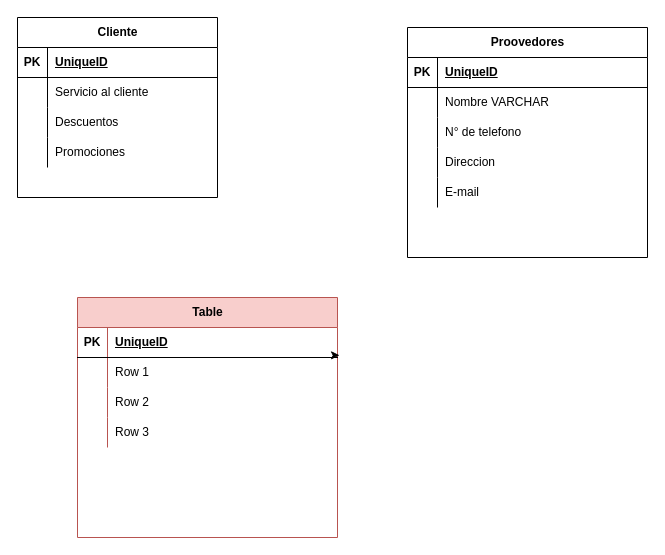
Above: page "Página-2" (2 of 2) of Diagrama/DIAGRAMA.drawio in Kim-Mendoza3/fdb-Kimberly-Mendoza (draw.io), before the change. Source tidied: cells renumbered, new cells numbered last; positions are measured from the earlier drawing's top-left corner, leaving out a move shared by most shapes. Both pictures are drawn from the tidied source at 100%, with x=0, y=0 at pixel (17, 17).
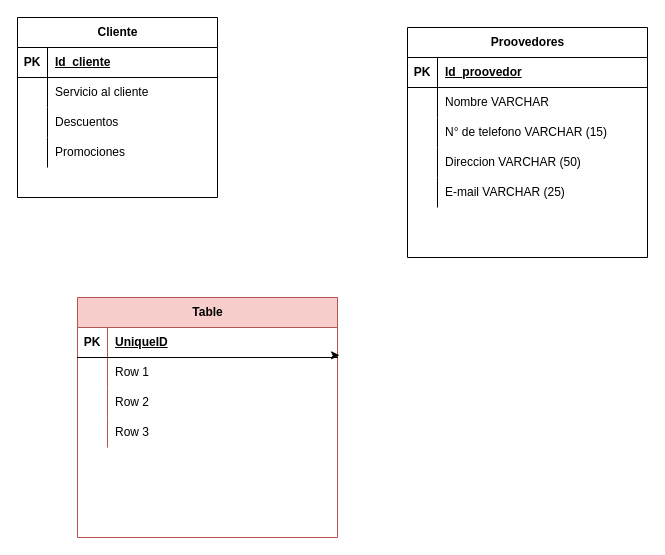
The same diagram, later.

Commit message (it also covers changes not shown here):
Creacion sql

creacion de database

Unchanged cells that the change refers to:
```xml
<mxCell id="3" style="shape=tableRow;horizontal=0;startSize=0;swimlaneHead=0;swimlaneBody=0;fillColor=none;top=0;left=0;right=0;bottom=1;" parent="2" vertex="1">
  <mxGeometry y="30" width="200" height="30" as="geometry" />
</mxCell>
<mxCell id="16" style="shape=tableRow;horizontal=0;startSize=0;swimlaneHead=0;swimlaneBody=0;fillColor=none;top=0;left=0;right=0;bottom=1;" parent="15" vertex="1">
  <mxGeometry y="30" width="240" height="30" as="geometry" />
</mxCell>
<mxCell id="19" style="shape=tableRow;horizontal=0;startSize=0;swimlaneHead=0;swimlaneBody=0;fillColor=none;top=0;left=0;right=0;bottom=0;" parent="15" vertex="1">
  <mxGeometry y="60" width="240" height="30" as="geometry" />
</mxCell>
<mxCell id="22" style="shape=tableRow;horizontal=0;startSize=0;swimlaneHead=0;swimlaneBody=0;fillColor=none;top=0;left=0;right=0;bottom=0;" parent="15" vertex="1">
  <mxGeometry y="90" width="240" height="30" as="geometry" />
</mxCell>
<mxCell id="25" style="shape=tableRow;horizontal=0;startSize=0;swimlaneHead=0;swimlaneBody=0;fillColor=none;top=0;left=0;right=0;bottom=0;" parent="15" vertex="1">
  <mxGeometry y="120" width="240" height="30" as="geometry" />
</mxCell>
<mxCell id="28" style="shape=tableRow;horizontal=0;startSize=0;swimlaneHead=0;swimlaneBody=0;fillColor=none;top=0;left=0;right=0;bottom=0;" parent="15" vertex="1">
  <mxGeometry y="150" width="240" height="30" as="geometry" />
</mxCell>
```

Change to the diagram source:
```diff
@@
-    <mxCell id="5" value="UniqueID" style="shape=partialRectangle;fillColor=none;top=0;left=0;bottom=0;right=0;align=left;spacingLeft=6;fontStyle=5;overflow=hidden;whiteSpace=wrap;html=1;" parent="3" vertex="1">
+    <mxCell id="5" value="Id_cliente" style="shape=partialRectangle;fillColor=none;top=0;left=0;bottom=0;right=0;align=left;spacingLeft=6;fontStyle=5;overflow=hidden;whiteSpace=wrap;html=1;" parent="3" vertex="1">
       <mxGeometry x="30" width="170" height="30" as="geometry" />
     </mxCell>
@@
-    <mxCell id="18" value="UniqueID" style="shape=partialRectangle;fillColor=none;top=0;left=0;bottom=0;right=0;align=left;spacingLeft=6;fontStyle=5;overflow=hidden;whiteSpace=wrap;html=1;" parent="16" vertex="1">
+    <mxCell id="18" value="Id_proovedor" style="shape=partialRectangle;fillColor=none;top=0;left=0;bottom=0;right=0;align=left;spacingLeft=6;fontStyle=5;overflow=hidden;whiteSpace=wrap;html=1;" parent="16" vertex="1">
       <mxGeometry x="30" width="210" height="30" as="geometry" />
     </mxCell>
@@
-    <mxCell id="21" value="Nombre VARCHAR&amp;nbsp;" style="shape=partialRectangle;fillColor=none;top=0;left=0;bottom=0;right=0;align=left;spacingLeft=6;overflow=hidden;whiteSpace=wrap;html=1;" parent="19" vertex="1">
+    <mxCell id="21" value="Nombre VARCHAR&amp;nbsp;&lt;br&gt;" style="shape=partialRectangle;fillColor=none;top=0;left=0;bottom=0;right=0;align=left;spacingLeft=6;overflow=hidden;whiteSpace=wrap;html=1;" parent="19" vertex="1">
       <mxGeometry x="30" width="210" height="30" as="geometry" />
     </mxCell>
@@
-    <mxCell id="24" value="N° de telefono" style="shape=partialRectangle;fillColor=none;top=0;left=0;bottom=0;right=0;align=left;spacingLeft=6;overflow=hidden;whiteSpace=wrap;html=1;" parent="22" vertex="1">
+    <mxCell id="24" value="N° de telefono VARCHAR (15)" style="shape=partialRectangle;fillColor=none;top=0;left=0;bottom=0;right=0;align=left;spacingLeft=6;overflow=hidden;whiteSpace=wrap;html=1;" parent="22" vertex="1">
       <mxGeometry x="30" width="210" height="30" as="geometry" />
     </mxCell>
@@
-    <mxCell id="27" value="Direccion" style="shape=partialRectangle;fillColor=none;top=0;left=0;bottom=0;right=0;align=left;spacingLeft=6;overflow=hidden;whiteSpace=wrap;html=1;" parent="25" vertex="1">
+    <mxCell id="27" value="Direccion VARCHAR (50)" style="shape=partialRectangle;fillColor=none;top=0;left=0;bottom=0;right=0;align=left;spacingLeft=6;overflow=hidden;whiteSpace=wrap;html=1;" parent="25" vertex="1">
       <mxGeometry x="30" width="210" height="30" as="geometry" />
     </mxCell>
@@
-    <mxCell id="30" value="E-mail" style="shape=partialRectangle;fillColor=none;top=0;left=0;bottom=0;right=0;align=left;spacingLeft=6;overflow=hidden;whiteSpace=wrap;html=1;" parent="28" vertex="1">
+    <mxCell id="30" value="E-mail VARCHAR (25)" style="shape=partialRectangle;fillColor=none;top=0;left=0;bottom=0;right=0;align=left;spacingLeft=6;overflow=hidden;whiteSpace=wrap;html=1;" parent="28" vertex="1">
       <mxGeometry x="30" width="210" height="30" as="geometry" />
     </mxCell>
```
